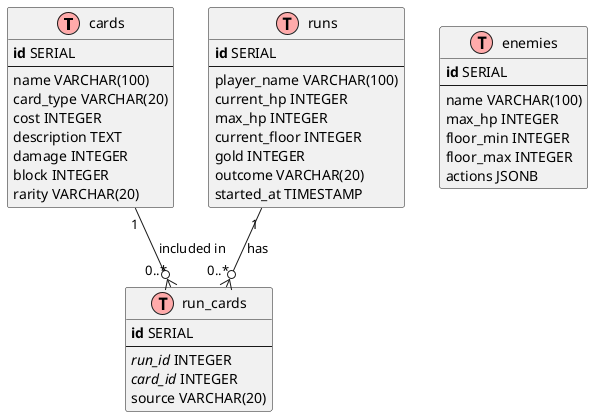
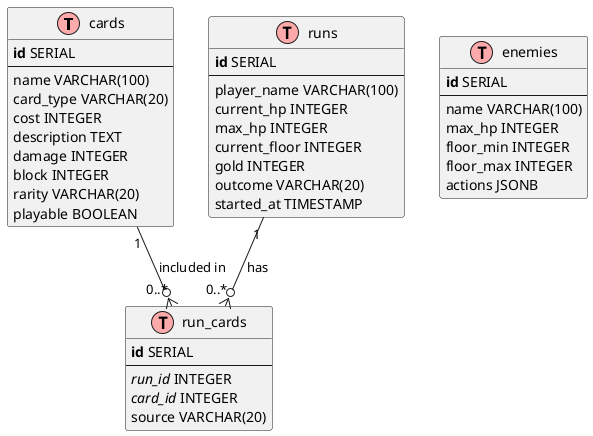
- @startuml slay_the_spire_schema
+ @startuml spire_the_slayer_schema

!define TABLE(name) class name << (T, #FFAAAA) >>
!define PK(field) <b>field</b>
!define FK(field) <i>field</i>

TABLE(cards) {
    PK(id) SERIAL
    --
    name VARCHAR(100)
    card_type VARCHAR(20)
    cost INTEGER
    description TEXT
    damage INTEGER
    block INTEGER
    rarity VARCHAR(20)
+     playable BOOLEAN
}

TABLE(enemies) {
    PK(id) SERIAL
    --
    name VARCHAR(100)
    max_hp INTEGER
    floor_min INTEGER
    floor_max INTEGER
    actions JSONB
}

TABLE(runs) {
    PK(id) SERIAL
    --
    player_name VARCHAR(100)
    current_hp INTEGER
    max_hp INTEGER
    current_floor INTEGER
    gold INTEGER
    outcome VARCHAR(20)
    started_at TIMESTAMP
}

TABLE(run_cards) {
    PK(id) SERIAL
    --
    FK(run_id) INTEGER
    FK(card_id) INTEGER
    source VARCHAR(20)
}

runs "1" --o{ "0..*" run_cards : "has"
cards "1" --o{ "0..*" run_cards : "included in"

@enduml